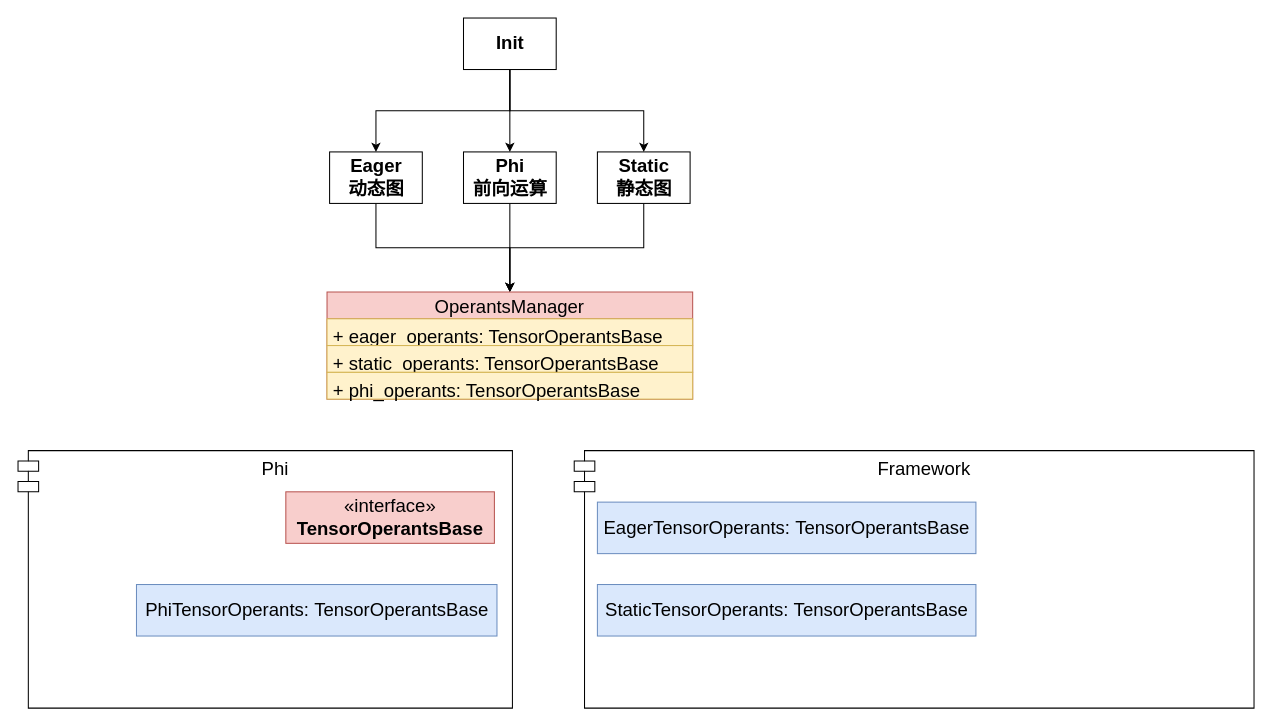
The draw.io diagram operants.drawio in jiahy0825/draw.io, before the edit. Source tidied: cells renumbered, new cells numbered last; positions are measured from the earlier drawing's top-left corner, leaving out a move shared by most shapes. Both pictures are drawn from the tidied source at 103%, with x=0, y=0 at pixel (18, 18).
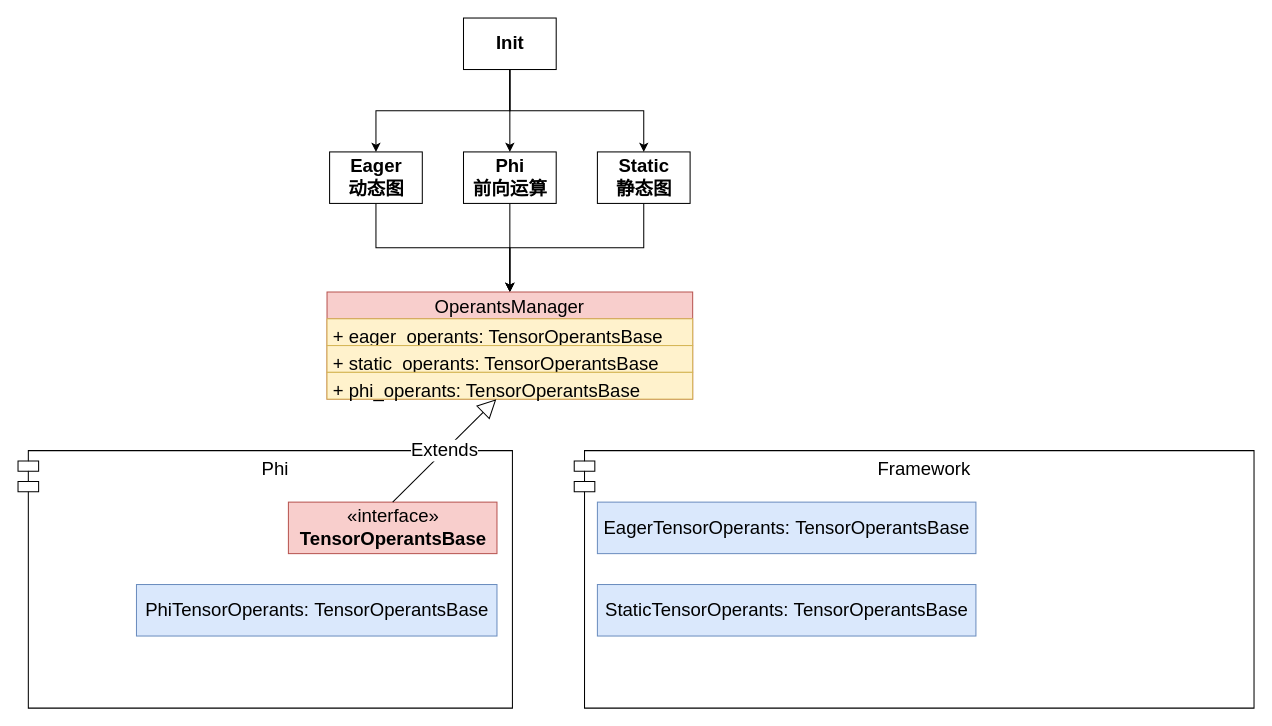
The same diagram, later.

The change refers to these unchanged cells:
```xml
<mxCell id="15" value="+ phi_operants: TensorOperantsBase" style="text;strokeColor=#d6b656;fillColor=#fff2cc;align=left;verticalAlign=top;spacingLeft=4;spacingRight=4;overflow=hidden;points=[[0,0.5],[1,0.5]];portConstraint=eastwest;fontSize=18;" parent="12" vertex="1">
  <mxGeometry y="78" width="355" height="26" as="geometry" />
</mxCell>
```

Diff of the diagram source:
```diff
@@
     <mxCell id="18" value="«interface»&lt;br&gt;&lt;b&gt;TensorOperantsBase&lt;/b&gt;" style="html=1;fontSize=18;fillColor=#f8cecc;strokeColor=#b85450;" parent="1" vertex="1">
-      <mxGeometry x="260" y="460" width="202.5" height="50" as="geometry" />
+      <mxGeometry x="262.5" y="470" width="202.5" height="50" as="geometry" />
     </mxCell>
@@
+    <mxCell id="22" value="Extends" style="endArrow=block;endSize=16;endFill=0;html=1;rounded=0;fontSize=18;exitX=0.5;exitY=0;exitDx=0;exitDy=0;" parent="1" edge="1" source="18" target="15">
+      <mxGeometry relative="1" as="geometry" />
+    </mxCell>
```
